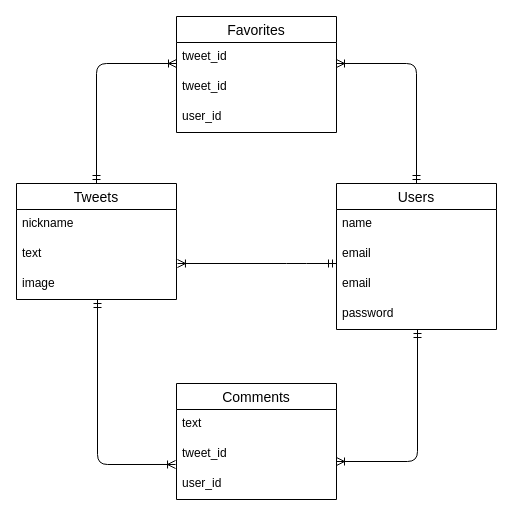
Above: supporttalk.dio in 43piyopiyo/supporttalk1 (draw.io), before the change. Source tidied: cells renumbered, new cells numbered last; positions are measured from the earlier drawing's top-left corner, leaving out a move shared by most shapes. Both pictures are drawn from the tidied source at 100%, with x=0, y=0 at pixel (16, 16).
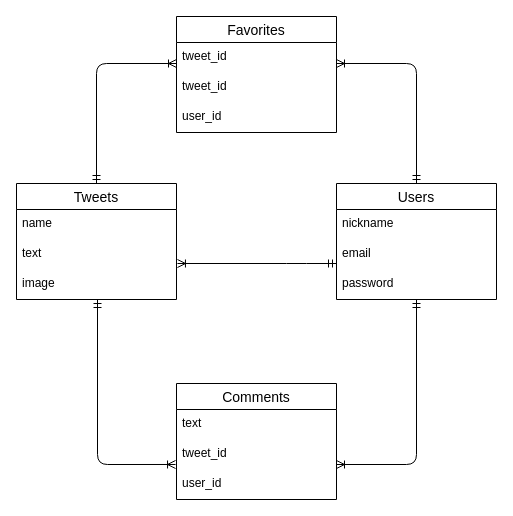
The same diagram, later.

Commit message:
データベース設計の編集

Unchanged cells that the change refers to:
```xml
<mxCell id="2" value="Tweets" style="swimlane;fontStyle=0;horizontal=1;startSize=26;align=center;fontSize=14;" parent="1" vertex="1">
  <mxGeometry y="167" width="160" height="116" as="geometry" />
</mxCell>
<mxCell id="8" value="tweet_id" style="text;strokeColor=none;fillColor=none;spacingLeft=4;spacingRight=4;overflow=hidden;points=[[0,0.5],[1,0.5]];portConstraint=eastwest;fontSize=12;" parent="6" vertex="1">
  <mxGeometry y="56" width="160" height="30" as="geometry" />
</mxCell>
```

Change to the diagram source:
```diff
@@
-    <mxCell id="3" value="nickname" style="text;strokeColor=none;fillColor=none;spacingLeft=4;spacingRight=4;overflow=hidden;fontSize=12;" parent="2" vertex="1">
+    <mxCell id="3" value="name" style="text;strokeColor=none;fillColor=none;spacingLeft=4;spacingRight=4;overflow=hidden;fontSize=12;" parent="2" vertex="1">
       <mxGeometry y="26" width="160" height="30" as="geometry" />
     </mxCell>
@@
     <mxCell id="10" value="Users" style="swimlane;fontStyle=0;horizontal=1;startSize=26;align=center;fontSize=14;" parent="1" vertex="1">
-      <mxGeometry x="320" y="167" width="160" height="146" as="geometry" />
+      <mxGeometry x="320" y="167" width="160" height="116" as="geometry" />
     </mxCell>
-    <mxCell id="11" value="name" style="text;strokeColor=none;fillColor=none;spacingLeft=4;spacingRight=4;overflow=hidden;fontSize=12;" parent="10" vertex="1">
+    <mxCell id="11" value="nickname" style="text;strokeColor=none;fillColor=none;spacingLeft=4;spacingRight=4;overflow=hidden;fontSize=12;" parent="10" vertex="1">
       <mxGeometry y="26" width="160" height="30" as="geometry" />
     </mxCell>
@@
-    <mxCell id="13" value="email" style="text;strokeColor=none;fillColor=none;spacingLeft=4;spacingRight=4;overflow=hidden;fontSize=12;" parent="10" vertex="1">
-      <mxGeometry y="86" width="160" height="30" as="geometry" />
-    </mxCell>
     <mxCell id="14" value="password" style="text;strokeColor=none;fillColor=none;spacingLeft=4;spacingRight=4;overflow=hidden;fontSize=12;" parent="10" vertex="1">
-      <mxGeometry y="116" width="160" height="30" as="geometry" />
+      <mxGeometry y="86" width="160" height="30" as="geometry" />
     </mxCell>
-    <mxCell id="15" style="edgeStyle=orthogonalEdgeStyle;fontSize=12;html=1;endArrow=ERoneToMany;startArrow=ERmandOne;" parent="1" edge="1">
-      <mxGeometry relative="1" as="geometry">
-        <mxPoint x="401" y="313" as="sourcePoint" />
-        <mxPoint x="320" y="445" as="targetPoint" />
-        <Array as="points">
-          <mxPoint x="401" y="445" />
-        </Array>
-      </mxGeometry>
-    </mxCell>
@@
+    <mxCell id="24" style="edgeStyle=orthogonalEdgeStyle;fontSize=12;html=1;endArrow=ERoneToMany;startArrow=ERmandOne;" parent="1" edge="1" target="8">
+      <mxGeometry relative="1" as="geometry">
+        <mxPoint x="400" y="283" as="sourcePoint" />
+        <Array as="points">
+          <mxPoint x="400" y="448" />
+        </Array>
+      </mxGeometry>
+    </mxCell>
```
